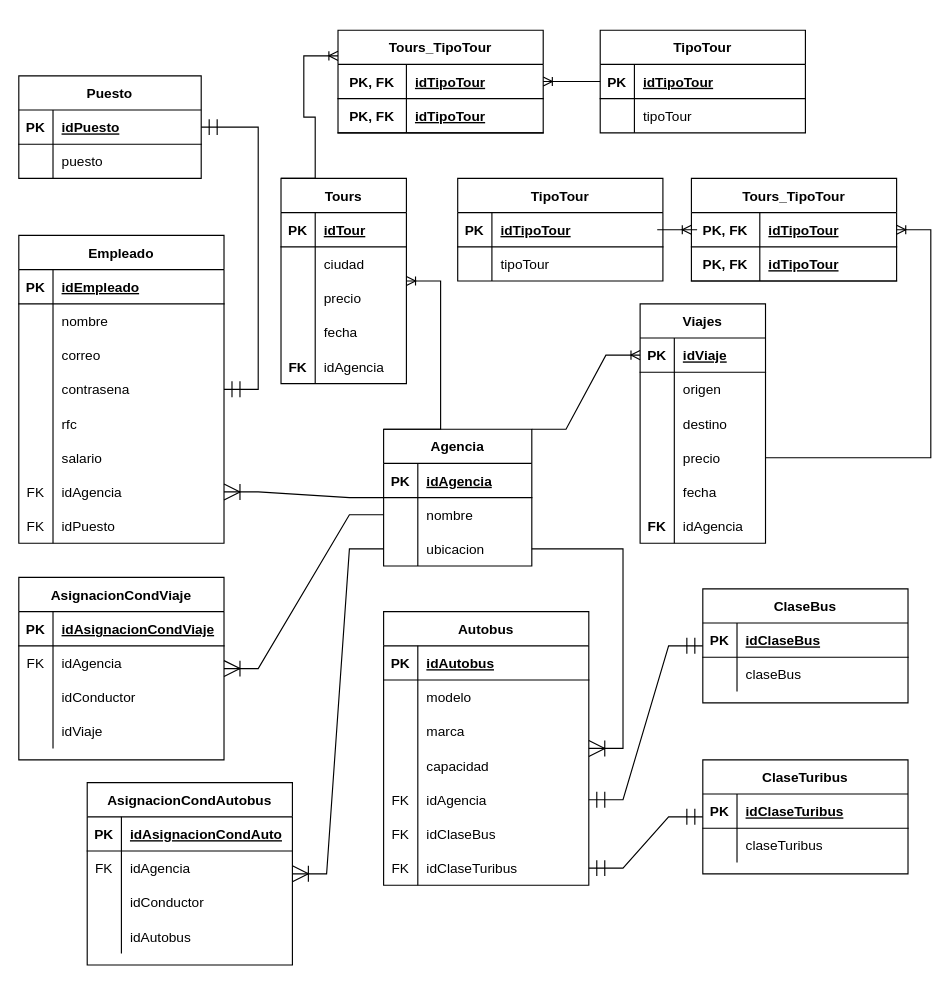
The draw.io diagram Proyecto/BaseDatos.drawio in KevinLara96/Java_Diplomat, before the edit. Source tidied: cells renumbered, new cells numbered last; positions are measured from the earlier drawing's top-left corner, leaving out a move shared by most shapes. Both pictures are drawn from the tidied source at 114%, with x=0, y=0 at pixel (18, 30).
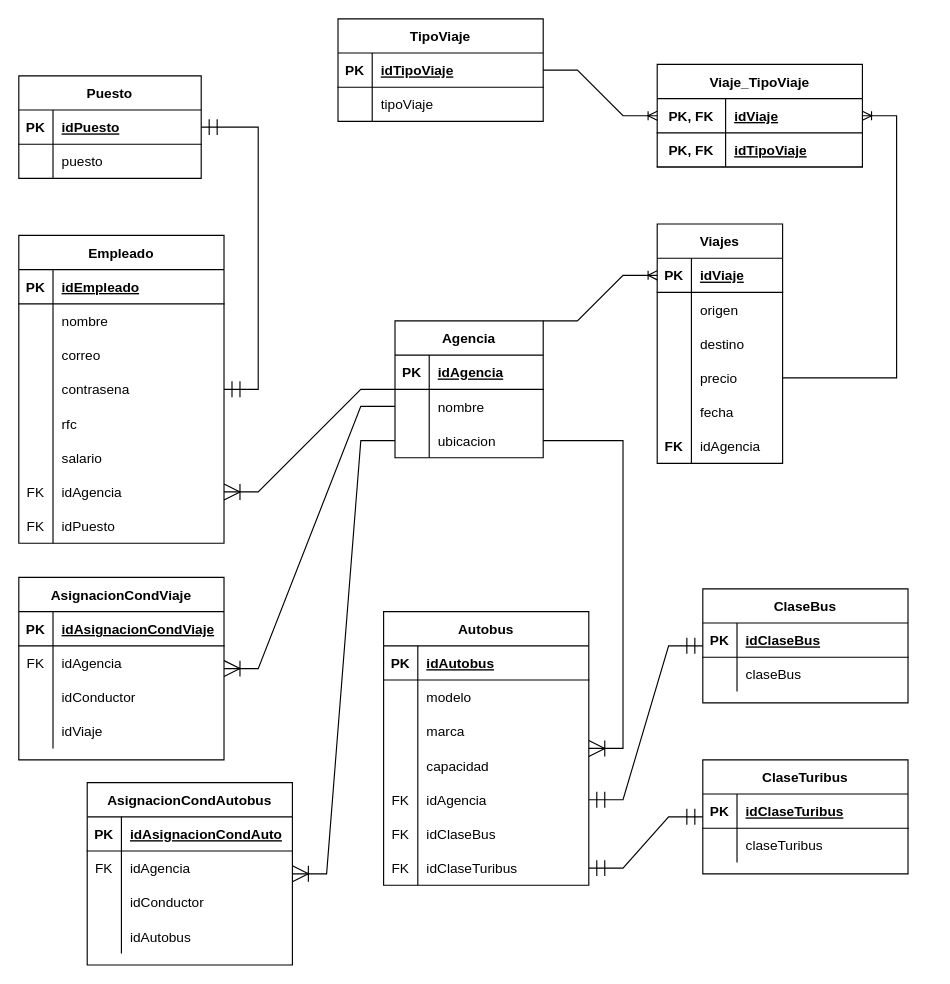
The same diagram, later.

The change refers to these unchanged cells:
```xml
<mxCell id="167" style="shape=tableRow;horizontal=0;startSize=0;swimlaneHead=0;swimlaneBody=0;fillColor=none;top=0;left=0;right=0;bottom=1;" parent="166" vertex="1">
  <mxGeometry y="30" width="180" height="30" as="geometry" />
</mxCell>
<mxCell id="170" style="shape=tableRow;horizontal=0;startSize=0;swimlaneHead=0;swimlaneBody=0;fillColor=none;top=0;left=0;right=0;bottom=0;" parent="166" vertex="1">
  <mxGeometry y="60" width="180" height="30" as="geometry" />
</mxCell>
<mxCell id="174" style="shape=tableRow;horizontal=0;startSize=0;swimlaneHead=0;swimlaneBody=0;fillColor=none;top=0;left=0;right=0;bottom=1;" parent="173" vertex="1">
  <mxGeometry y="30" width="180" height="30" as="geometry" />
</mxCell>
<mxCell id="177" style="shape=tableRow;horizontal=0;startSize=0;swimlaneHead=0;swimlaneBody=0;fillColor=none;top=0;left=0;right=0;bottom=1;" parent="173" vertex="1">
  <mxGeometry y="60" width="180" height="30" as="geometry" />
</mxCell>
```

Change to the diagram source:
```diff
@@
     <mxCell id="2" value="Agencia" style="shape=table;startSize=30;childLayout=tableLayout;rowLines=0;fontStyle=1;align=center;" parent="1" vertex="1">
-      <mxGeometry x="320" y="350" width="130" height="120" as="geometry" />
+      <mxGeometry x="330" y="255" width="130" height="120" as="geometry" />
     </mxCell>
@@
-    <mxCell id="113" value="Tours" style="shape=table;startSize=30;childLayout=tableLayout;rowLines=0;fontStyle=1;align=center;" parent="1" vertex="1">
-      <mxGeometry x="230" y="130" width="110" height="180" as="geometry" />
-    </mxCell>
-    <mxCell id="114" style="shape=tableRow;horizontal=0;startSize=0;swimlaneHead=0;swimlaneBody=0;fillColor=none;top=0;left=0;right=0;bottom=1;" parent="113" vertex="1">
-      <mxGeometry y="30" width="110" height="30" as="geometry" />
-    </mxCell>
-    <mxCell id="115" value="PK" style="shape=partialRectangle;fillColor=none;top=0;left=0;bottom=0;right=0;fontStyle=1;overflow=hidden;" parent="114" vertex="1">
-      <mxGeometry width="30" height="30" as="geometry" />
-    </mxCell>
-    <mxCell id="116" value="idTour" style="shape=partialRectangle;fillColor=none;top=0;left=0;bottom=0;right=0;align=left;spacingLeft=6;fontStyle=5;overflow=hidden;" parent="114" vertex="1">
-      <mxGeometry x="30" width="80" height="30" as="geometry" />
-    </mxCell>
-    <mxCell id="117" style="shape=tableRow;horizontal=0;startSize=0;swimlaneHead=0;swimlaneBody=0;fillColor=none;top=0;left=0;right=0;bottom=0;" parent="113" vertex="1">
-      <mxGeometry y="60" width="110" height="30" as="geometry" />
-    </mxCell>
-    <mxCell id="118" style="shape=partialRectangle;fillColor=none;top=0;left=0;bottom=0;right=0;overflow=hidden;" parent="117" vertex="1">
-      <mxGeometry width="30" height="30" as="geometry" />
-    </mxCell>
-    <mxCell id="119" value="ciudad" style="shape=partialRectangle;fillColor=none;top=0;left=0;bottom=0;right=0;align=left;spacingLeft=6;overflow=hidden;" parent="117" vertex="1">
-      <mxGeometry x="30" width="80" height="30" as="geometry" />
-    </mxCell>
-    <mxCell id="120" style="shape=tableRow;horizontal=0;startSize=0;swimlaneHead=0;swimlaneBody=0;fillColor=none;top=0;left=0;right=0;bottom=0;" parent="113" vertex="1">
-      <mxGeometry y="90" width="110" height="30" as="geometry" />
-    </mxCell>
-    <mxCell id="121" style="shape=partialRectangle;fillColor=none;top=0;left=0;bottom=0;right=0;overflow=hidden;" parent="120" vertex="1">
-      <mxGeometry width="30" height="30" as="geometry" />
-    </mxCell>
-    <mxCell id="122" value="precio" style="shape=partialRectangle;fillColor=none;top=0;left=0;bottom=0;right=0;align=left;spacingLeft=6;overflow=hidden;" parent="120" vertex="1">
-      <mxGeometry x="30" width="80" height="30" as="geometry" />
-    </mxCell>
-    <mxCell id="123" style="shape=tableRow;horizontal=0;startSize=0;swimlaneHead=0;swimlaneBody=0;fillColor=none;top=0;left=0;right=0;bottom=0;" parent="113" vertex="1">
-      <mxGeometry y="120" width="110" height="30" as="geometry" />
-    </mxCell>
-    <mxCell id="124" style="shape=partialRectangle;fillColor=none;top=0;left=0;bottom=0;right=0;overflow=hidden;" parent="123" vertex="1">
-      <mxGeometry width="30" height="30" as="geometry" />
-    </mxCell>
-    <mxCell id="125" value="fecha" style="shape=partialRectangle;fillColor=none;top=0;left=0;bottom=0;right=0;align=left;spacingLeft=6;overflow=hidden;" parent="123" vertex="1">
-      <mxGeometry x="30" width="80" height="30" as="geometry" />
-    </mxCell>
-    <mxCell id="126" style="shape=tableRow;horizontal=0;startSize=0;swimlaneHead=0;swimlaneBody=0;fillColor=none;top=0;left=0;right=0;bottom=0;" parent="113" vertex="1">
-      <mxGeometry y="150" width="110" height="30" as="geometry" />
-    </mxCell>
-    <mxCell id="127" value="FK" style="shape=partialRectangle;fillColor=none;top=0;left=0;bottom=0;right=0;overflow=hidden;fontStyle=1;" parent="126" vertex="1">
-      <mxGeometry width="30" height="30" as="geometry" />
-    </mxCell>
-    <mxCell id="128" value="idAgencia" style="shape=partialRectangle;fillColor=none;top=0;left=0;bottom=0;right=0;align=left;spacingLeft=6;overflow=hidden;" parent="126" vertex="1">
-      <mxGeometry x="30" width="80" height="30" as="geometry" />
-    </mxCell>
-    <mxCell id="129" style="edgeStyle=entityRelationEdgeStyle;fontSize=12;html=1;endArrow=ERoneToMany;rounded=0;exitX=0;exitY=0;exitDx=0;exitDy=0;" parent="1" edge="1" source="2" target="113">
-      <mxGeometry relative="1" as="geometry" />
-    </mxCell>
     <mxCell id="130" value="Viajes" style="shape=table;startSize=30;childLayout=tableLayout;rowLines=0;fontStyle=1;align=center;" parent="1" vertex="1">
-      <mxGeometry x="545" y="240" width="110" height="210" as="geometry" />
+      <mxGeometry x="560" y="170" width="110" height="210" as="geometry" />
     </mxCell>
@@
-    <mxCell id="150" value="TipoTour" style="shape=table;startSize=30;childLayout=tableLayout;rowLines=0;fontStyle=1;align=center;" parent="1" vertex="1">
-      <mxGeometry x="510" width="180" height="90" as="geometry" />
-    </mxCell>
-    <mxCell id="151" style="shape=tableRow;horizontal=0;startSize=0;swimlaneHead=0;swimlaneBody=0;fillColor=none;points=[[0,0.5],[1,0.5]];portConstraint=eastwest;top=0;left=0;right=0;bottom=1;" parent="150" vertex="1">
-      <mxGeometry y="30" width="180" height="30" as="geometry" />
-    </mxCell>
-    <mxCell id="152" value="PK" style="shape=partialRectangle;fillColor=none;top=0;left=0;bottom=0;right=0;fontStyle=1;overflow=hidden;" parent="151" vertex="1">
-      <mxGeometry width="30" height="30" as="geometry" />
-    </mxCell>
-    <mxCell id="153" value="idTipoTour" style="shape=partialRectangle;fillColor=none;top=0;left=0;bottom=0;right=0;align=left;spacingLeft=6;fontStyle=5;overflow=hidden;" parent="151" vertex="1">
-      <mxGeometry x="30" width="150" height="30" as="geometry" />
-    </mxCell>
-    <mxCell id="154" style="shape=tableRow;horizontal=0;startSize=0;swimlaneHead=0;swimlaneBody=0;fillColor=none;top=0;left=0;right=0;bottom=0;" parent="150" vertex="1">
-      <mxGeometry y="60" width="180" height="30" as="geometry" />
-    </mxCell>
-    <mxCell id="155" style="shape=partialRectangle;fillColor=none;top=0;left=0;bottom=0;right=0;overflow=hidden;" parent="154" vertex="1">
-      <mxGeometry width="30" height="30" as="geometry" />
-    </mxCell>
-    <mxCell id="156" value="tipoTour" style="shape=partialRectangle;fillColor=none;top=0;left=0;bottom=0;right=0;align=left;spacingLeft=6;overflow=hidden;" parent="154" vertex="1">
-      <mxGeometry x="30" width="150" height="30" as="geometry" />
-    </mxCell>
-    <mxCell id="157" value="Tours_TipoTour" style="shape=table;startSize=30;childLayout=tableLayout;rowLines=0;fontStyle=1;align=center;" parent="1" vertex="1">
-      <mxGeometry x="280" width="180" height="90" as="geometry" />
-    </mxCell>
-    <mxCell id="158" style="shape=tableRow;horizontal=0;startSize=0;swimlaneHead=0;swimlaneBody=0;fillColor=none;points=[[0,0.5],[1,0.5]];portConstraint=eastwest;top=0;left=0;right=0;bottom=1;" parent="157" vertex="1">
-      <mxGeometry y="30" width="180" height="30" as="geometry" />
-    </mxCell>
-    <mxCell id="159" value="PK, FK" style="shape=partialRectangle;fillColor=none;top=0;left=0;bottom=0;right=0;fontStyle=1;overflow=hidden;" parent="158" vertex="1">
-      <mxGeometry width="60" height="30" as="geometry" />
-    </mxCell>
-    <mxCell id="160" value="idTipoTour" style="shape=partialRectangle;fillColor=none;top=0;left=0;bottom=0;right=0;align=left;spacingLeft=6;fontStyle=5;overflow=hidden;" parent="158" vertex="1">
-      <mxGeometry x="60" width="120" height="30" as="geometry" />
-    </mxCell>
-    <mxCell id="161" style="shape=tableRow;horizontal=0;startSize=0;swimlaneHead=0;swimlaneBody=0;fillColor=none;top=0;left=0;right=0;bottom=1;" parent="157" vertex="1">
-      <mxGeometry y="60" width="180" height="30" as="geometry" />
-    </mxCell>
-    <mxCell id="162" value="PK, FK" style="shape=partialRectangle;fillColor=none;top=0;left=0;bottom=0;right=0;fontStyle=1;overflow=hidden;" parent="161" vertex="1">
-      <mxGeometry width="60" height="30" as="geometry" />
-    </mxCell>
-    <mxCell id="163" value="idTipoTour" style="shape=partialRectangle;fillColor=none;top=0;left=0;bottom=0;right=0;align=left;spacingLeft=6;fontStyle=5;overflow=hidden;" parent="161" vertex="1">
-      <mxGeometry x="60" width="120" height="30" as="geometry" />
-    </mxCell>
-    <mxCell id="164" style="edgeStyle=entityRelationEdgeStyle;fontSize=12;html=1;endArrow=ERoneToMany;rounded=0;exitX=0;exitY=0;exitDx=0;exitDy=0;entryX=0;entryY=0.25;entryDx=0;entryDy=0;" parent="1" edge="1" source="113" target="157">
-      <mxGeometry relative="1" as="geometry" />
-    </mxCell>
-    <mxCell id="165" style="edgeStyle=entityRelationEdgeStyle;fontSize=12;html=1;endArrow=ERoneToMany;rounded=0;exitX=0;exitY=0.5;exitDx=0;exitDy=0;entryX=1;entryY=0.5;entryDx=0;entryDy=0;" parent="1" edge="1" source="151" target="158">
-      <mxGeometry relative="1" as="geometry" />
-    </mxCell>
-    <mxCell id="166" value="TipoTour" style="shape=table;startSize=30;childLayout=tableLayout;rowLines=0;fontStyle=1;align=center;" parent="1" vertex="1">
-      <mxGeometry x="385" y="130" width="180" height="90" as="geometry" />
+    <mxCell id="166" value="TipoViaje" style="shape=table;startSize=30;childLayout=tableLayout;rowLines=0;fontStyle=1;align=center;" parent="1" vertex="1">
+      <mxGeometry x="280" y="-10" width="180" height="90" as="geometry" />
     </mxCell>
@@
-    <mxCell id="169" value="idTipoTour" style="shape=partialRectangle;fillColor=none;top=0;left=0;bottom=0;right=0;align=left;spacingLeft=6;fontStyle=5;overflow=hidden;" parent="167" vertex="1">
+    <mxCell id="169" value="idTipoViaje" style="shape=partialRectangle;fillColor=none;top=0;left=0;bottom=0;right=0;align=left;spacingLeft=6;fontStyle=5;overflow=hidden;" parent="167" vertex="1">
       <mxGeometry x="30" width="150" height="30" as="geometry" />
     </mxCell>
@@
-    <mxCell id="172" value="tipoTour" style="shape=partialRectangle;fillColor=none;top=0;left=0;bottom=0;right=0;align=left;spacingLeft=6;overflow=hidden;" parent="170" vertex="1">
+    <mxCell id="172" value="tipoViaje" style="shape=partialRectangle;fillColor=none;top=0;left=0;bottom=0;right=0;align=left;spacingLeft=6;overflow=hidden;" parent="170" vertex="1">
       <mxGeometry x="30" width="150" height="30" as="geometry" />
     </mxCell>
-    <mxCell id="173" value="Tours_TipoTour" style="shape=table;startSize=30;childLayout=tableLayout;rowLines=0;fontStyle=1;align=center;" parent="1" vertex="1">
-      <mxGeometry x="590" y="130" width="180" height="90" as="geometry" />
+    <mxCell id="173" value="Viaje_TipoViaje" style="shape=table;startSize=30;childLayout=tableLayout;rowLines=0;fontStyle=1;align=center;" parent="1" vertex="1">
+      <mxGeometry x="560" y="30" width="180" height="90" as="geometry" />
     </mxCell>
@@
-    <mxCell id="176" value="idTipoTour" style="shape=partialRectangle;fillColor=none;top=0;left=0;bottom=0;right=0;align=left;spacingLeft=6;fontStyle=5;overflow=hidden;" parent="174" vertex="1">
+    <mxCell id="176" value="idViaje" style="shape=partialRectangle;fillColor=none;top=0;left=0;bottom=0;right=0;align=left;spacingLeft=6;fontStyle=5;overflow=hidden;" parent="174" vertex="1">
       <mxGeometry x="60" width="120" height="30" as="geometry" />
     </mxCell>
@@
-    <mxCell id="179" value="idTipoTour" style="shape=partialRectangle;fillColor=none;top=0;left=0;bottom=0;right=0;align=left;spacingLeft=6;fontStyle=5;overflow=hidden;" parent="177" vertex="1">
+    <mxCell id="179" value="idTipoViaje" style="shape=partialRectangle;fillColor=none;top=0;left=0;bottom=0;right=0;align=left;spacingLeft=6;fontStyle=5;overflow=hidden;" parent="177" vertex="1">
       <mxGeometry x="60" width="120" height="30" as="geometry" />
     </mxCell>
```
